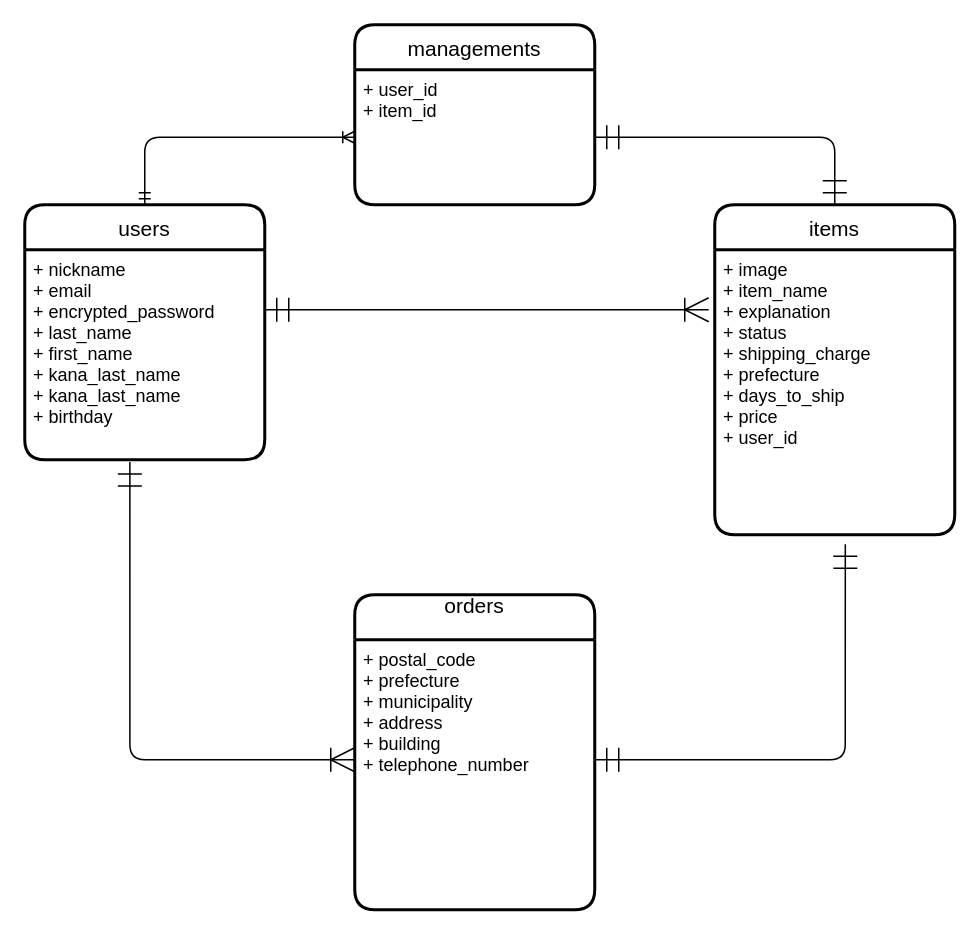
The draw.io diagram er.dio in hashi654/furima-36037, before the edit. Source tidied: cells renumbered, new cells numbered last; positions are measured from the earlier drawing's top-left corner, leaving out a move shared by most shapes. Both pictures are drawn from the tidied source at 150%, with x=0, y=0 at pixel (24, 24).
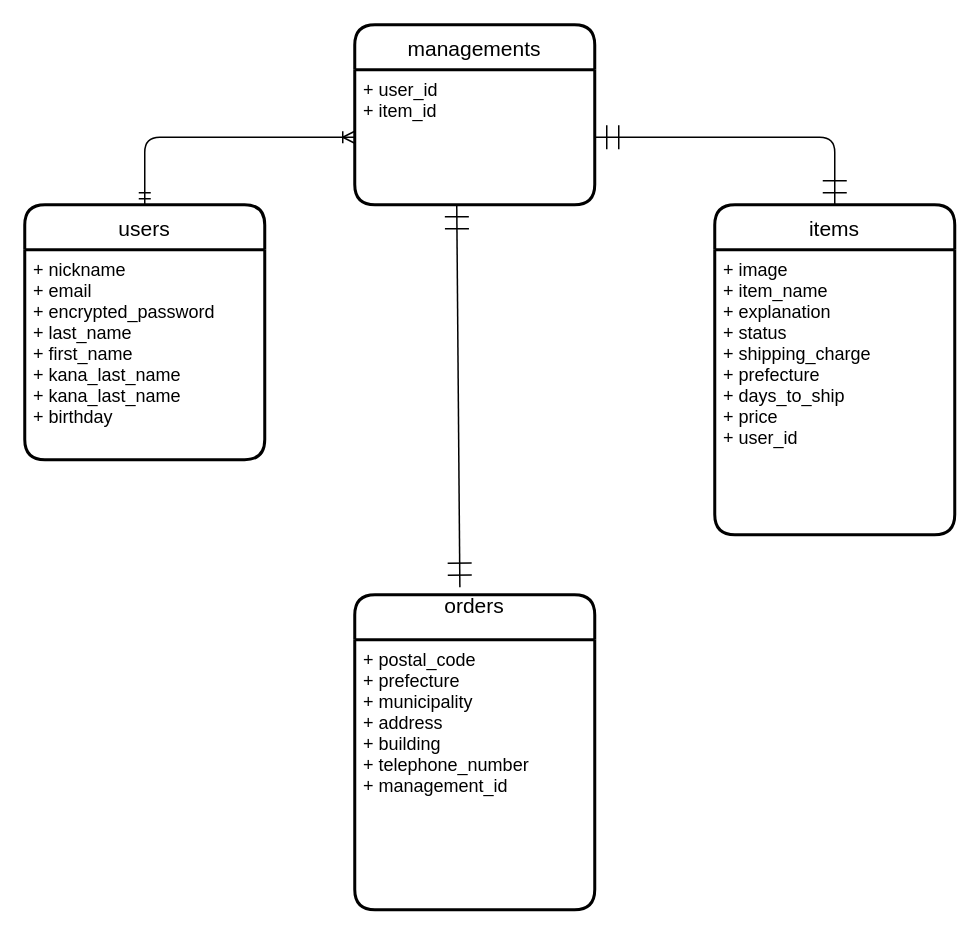
The same diagram, later.

Commit message (it also covers changes not shown here):
9/10修正コメントに沿ったデータベースの修正

Change to the diagram source:
```diff
@@
 <mxGraphModel>
   <root>
     <mxCell id="0" />
     <mxCell id="1" parent="0" />
     <mxCell id="2" value="users" style="swimlane;horizontal=1;startSize=30;rounded=1;fontSize=14;fontStyle=0;strokeWidth=2;shadow=0;dashed=0;align=center;" parent="1" vertex="1">
       <mxGeometry y="120" width="160" height="170" as="geometry" />
     </mxCell>
     <mxCell id="3" value="+ nickname&#10;+ email&#10;+ encrypted_password&#10;+ last_name&#10;+ first_name&#10;+ kana_last_name&#10;+ kana_last_name&#10;+ birthday" style="align=left;strokeColor=none;fillColor=none;spacingLeft=4;fontSize=12;verticalAlign=top;horizontal=1;" parent="2" vertex="1">
       <mxGeometry y="30" width="160" height="140" as="geometry" />
     </mxCell>
     <mxCell id="4" value="items" style="swimlane;horizontal=1;startSize=30;rounded=1;fontSize=14;fontStyle=0;strokeWidth=2;shadow=0;dashed=0;align=center;" parent="1" vertex="1">
       <mxGeometry x="460" y="120" width="160" height="220" as="geometry" />
     </mxCell>
     <mxCell id="5" value="+ image&#10;+ item_name&#10;+ explanation&#10;+ status&#10;+ shipping_charge&#10;+ prefecture&#10;+ days_to_ship&#10;+ price&#10;+ user_id" style="align=left;strokeColor=none;fillColor=none;spacingLeft=4;fontSize=12;verticalAlign=top;" parent="4" vertex="1">
       <mxGeometry y="30" width="160" height="190" as="geometry" />
     </mxCell>
     <mxCell id="6" value="orders&#10;" style="swimlane;horizontal=1;startSize=30;rounded=1;fontSize=14;fontStyle=0;strokeWidth=2;shadow=0;dashed=0;align=center;" parent="1" vertex="1">
       <mxGeometry x="220" y="380" width="160" height="210" as="geometry" />
     </mxCell>
-    <mxCell id="7" value="+ postal_code&#10;+ prefecture&#10;+ municipality&#10;+ address&#10;+ building&#10;+ telephone_number&#10;" style="align=left;strokeColor=none;fillColor=none;spacingLeft=4;fontSize=12;verticalAlign=top;" parent="6" vertex="1">
+    <mxCell id="7" value="+ postal_code&#10;+ prefecture&#10;+ municipality&#10;+ address&#10;+ building&#10;+ telephone_number&#10;+ management_id" style="align=left;strokeColor=none;fillColor=none;spacingLeft=4;fontSize=12;verticalAlign=top;" parent="6" vertex="1">
       <mxGeometry y="30" width="160" height="180" as="geometry" />
     </mxCell>
-    <mxCell id="8" style="edgeStyle=entityRelationEdgeStyle;fontSize=12;html=1;endArrow=ERoneToMany;startArrow=ERmandOne;jumpSize=16;endSize=14;startSize=14;" parent="1" edge="1">
-      <mxGeometry relative="1" as="geometry">
-        <mxPoint x="160" y="190" as="sourcePoint" />
-        <mxPoint x="456" y="190" as="targetPoint" />
-      </mxGeometry>
-    </mxCell>
-    <mxCell id="9" style="edgeStyle=orthogonalEdgeStyle;fontSize=12;html=1;endArrow=ERmandOne;startArrow=ERmandOne;entryX=0.544;entryY=1.033;entryDx=0;entryDy=0;entryPerimeter=0;endSize=14;startSize=14;" parent="1" edge="1" source="7" target="5">
-      <mxGeometry relative="1" as="geometry">
-        <Array as="points">
-          <mxPoint x="547" y="490" />
-        </Array>
-      </mxGeometry>
-    </mxCell>
-    <mxCell id="10" style="edgeStyle=orthogonalEdgeStyle;fontSize=12;html=1;endArrow=ERoneToMany;startArrow=ERmandOne;exitX=0.438;exitY=1.011;exitDx=0;exitDy=0;exitPerimeter=0;endSize=14;startSize=14;" parent="1" edge="1" source="3" target="7">
-      <mxGeometry relative="1" as="geometry">
-        <Array as="points">
-          <mxPoint x="70" y="490" />
-        </Array>
-      </mxGeometry>
-    </mxCell>
     <mxCell id="11" value="managements" style="swimlane;horizontal=1;startSize=30;rounded=1;fontSize=14;fontStyle=0;strokeWidth=2;shadow=0;dashed=0;align=center;" parent="1" vertex="1">
       <mxGeometry x="220" width="160" height="120" as="geometry" />
     </mxCell>
     <mxCell id="12" value="+ user_id&#10;+ item_id" style="align=left;strokeColor=none;fillColor=none;spacingLeft=4;fontSize=12;verticalAlign=top;" parent="11" vertex="1">
       <mxGeometry y="30" width="160" height="90" as="geometry" />
     </mxCell>
     <mxCell id="13" style="edgeStyle=orthogonalEdgeStyle;fontSize=12;html=1;endArrow=ERoneToMany;startArrow=ERmandOne;jumpSize=14;entryX=0;entryY=0.5;entryDx=0;entryDy=0;exitX=0.5;exitY=0;exitDx=0;exitDy=0;" parent="1" edge="1" source="2" target="12">
       <mxGeometry relative="1" as="geometry" />
     </mxCell>
     <mxCell id="14" style="edgeStyle=orthogonalEdgeStyle;fontSize=12;html=1;endArrow=ERmandOne;startArrow=ERmandOne;strokeWidth=1;exitX=1;exitY=0.5;exitDx=0;exitDy=0;entryX=0.5;entryY=0;entryDx=0;entryDy=0;jumpSize=14;endSize=14;startSize=14;" parent="1" edge="1" source="12" target="4">
       <mxGeometry relative="1" as="geometry">
         <Array as="points">
           <mxPoint x="540" y="75" />
         </Array>
       </mxGeometry>
     </mxCell>
+    <mxCell id="15" style="fontSize=12;html=1;endArrow=ERmandOne;startArrow=ERmandOne;strokeWidth=1;exitX=0.425;exitY=1;exitDx=0;exitDy=0;entryX=0.438;entryY=-0.024;entryDx=0;entryDy=0;jumpSize=14;endSize=14;startSize=14;exitPerimeter=0;entryPerimeter=0;" parent="1" edge="1" source="12" target="6">
+      <mxGeometry relative="1" as="geometry" />
+    </mxCell>
   </root>
 </mxGraphModel>
```
